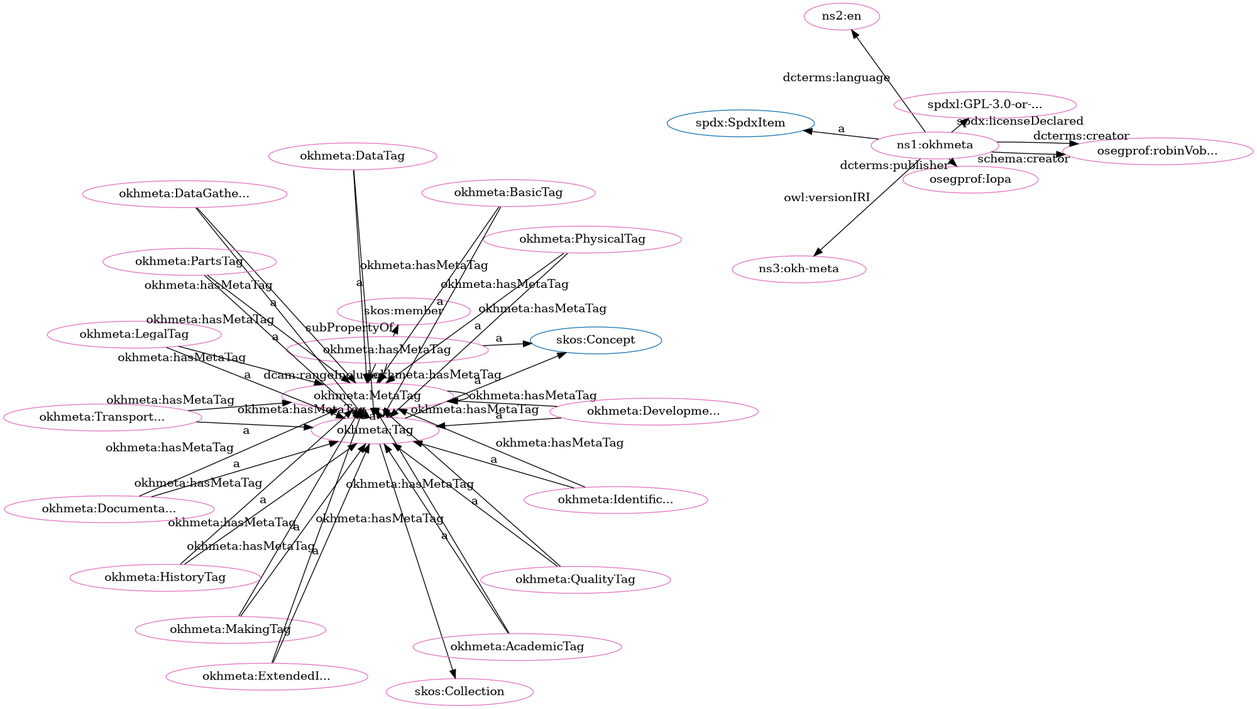
Earlier version of the Graphviz export src/spec/fdp_okh-meta-clean.png (iop-alliance/OpenKnowHow). Its source is kept beside it as src/spec/fdp_okh-meta-clean.dot.
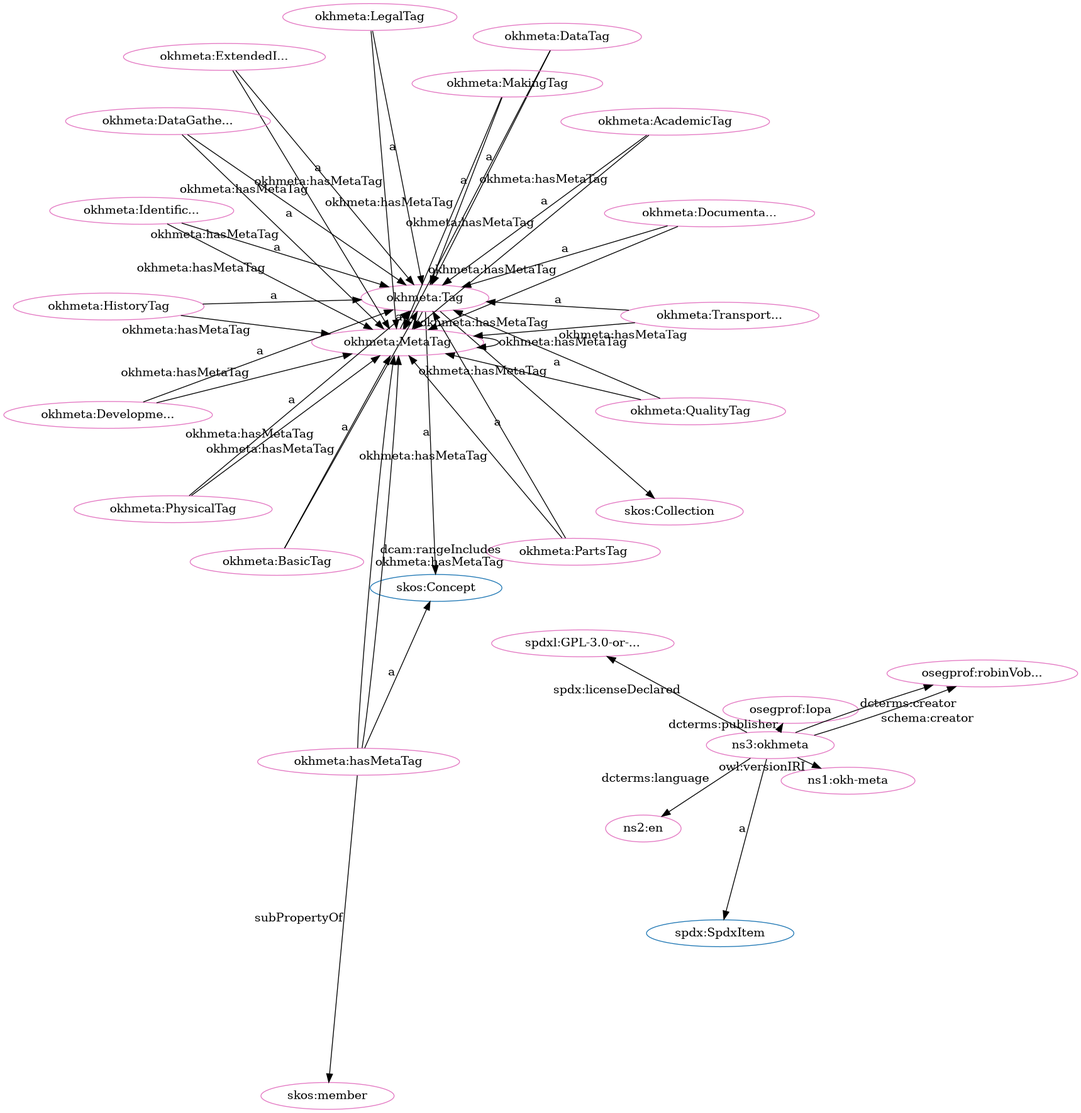
Above is the later version.

The edit, as a diff of the source:
```diff
@@ -1,80 +1,80 @@
 digraph G {
   rankdir=BT
   node[height=.3]
+"http://spdx.org/rdf/terms#SpdxItem" [fillcolor="#1f77b4" color="#1f77b4" label="spdx:SpdxItem"]
+"http://www.w3.org/2004/02/skos/core#Collection" [fillcolor="#1f77b4" color="#1f77b4" label="skos:Collection"]
 "http://w3id.org/oseg/ont/okhmeta#Tag" [fillcolor="#1f77b4" color="#1f77b4" label="okhmeta:Tag"]
 "http://www.w3.org/2004/02/skos/core#Concept" [fillcolor="#1f77b4" color="#1f77b4" label="skos:Concept"]
-"http://spdx.org/rdf/terms#SpdxItem" [fillcolor="#1f77b4" color="#1f77b4" label="spdx:SpdxItem"]
-"http://www.w3.org/2004/02/skos/core#Collection" [fillcolor="#1f77b4" color="#1f77b4" label="skos:Collection"]
 "http://w3id.org/oseg/ont/okhmeta#MetaTag" [fillcolor="#e377c2" color="#e377c2" label="okhmeta:MetaTag"]
+"http://w3id.org/oseg/ont/1.1.0/okh-meta" [fillcolor="#e377c2" color="#e377c2" label="ns1:okh-meta"]
+"http://w3id.org/oseg/ont/okhmeta#DataTag" [fillcolor="#e377c2" color="#e377c2" label="okhmeta:DataTag"]
+"http://w3id.org/oseg/ont/okhmeta#TransportationTag" [fillcolor="#e377c2" color="#e377c2" label="okhmeta:Transport..."]
+"http://w3id.org/oseg/ont/okhmeta#Tag" [fillcolor="#e377c2" color="#e377c2" label="okhmeta:Tag"]
+"http://w3id.org/oseg/ont/okhmeta#PartsTag" [fillcolor="#e377c2" color="#e377c2" label="okhmeta:PartsTag"]
+"http://w3id.org/oseg/ont/okhmeta#QualityTag" [fillcolor="#e377c2" color="#e377c2" label="okhmeta:QualityTag"]
+"http://id.loc.gov/vocabulary/iso639-1/en" [fillcolor="#e377c2" color="#e377c2" label="ns2:en"]
+"http://w3id.org/oseg/ont/okhmeta#BasicTag" [fillcolor="#e377c2" color="#e377c2" label="okhmeta:BasicTag"]
+"http://www.w3.org/2004/02/skos/core#member" [fillcolor="#e377c2" color="#e377c2" label="skos:member"]
+"http://w3id.org/oseg/ont/okhmeta#DevelopmentTag" [fillcolor="#e377c2" color="#e377c2" label="okhmeta:Developme..."]
+"http://w3id.org/oseg/ont/okhmeta#IdentificationTag" [fillcolor="#e377c2" color="#e377c2" label="okhmeta:Identific..."]
+"http://spdx.org/licenses/GPL-3.0-or-later" [fillcolor="#e377c2" color="#e377c2" label="spdxl:GPL-3.0-or-..."]
+"http://w3id.org/oseg/ont/oseg-profiles#robinVobruba" [fillcolor="#e377c2" color="#e377c2" label="osegprof:robinVob..."]
+"http://w3id.org/oseg/ont/okhmeta#MakingTag" [fillcolor="#e377c2" color="#e377c2" label="okhmeta:MakingTag"]
+"http://www.w3.org/2004/02/skos/core#Collection" [fillcolor="#e377c2" color="#e377c2" label="skos:Collection"]
+"http://w3id.org/oseg/ont/okhmeta#hasMetaTag" [fillcolor="#e377c2" color="#e377c2" label="okhmeta:hasMetaTag"]
 "http://w3id.org/oseg/ont/oseg-profiles#Iopa" [fillcolor="#e377c2" color="#e377c2" label="osegprof:Iopa"]
-"http://w3id.org/oseg/ont/okhmeta" [fillcolor="#e377c2" color="#e377c2" label="ns1:okhmeta"]
 "http://w3id.org/oseg/ont/okhmeta#AcademicTag" [fillcolor="#e377c2" color="#e377c2" label="okhmeta:AcademicTag"]
-"http://www.w3.org/2004/02/skos/core#member" [fillcolor="#e377c2" color="#e377c2" label="skos:member"]
-"http://w3id.org/oseg/ont/okhmeta#MakingTag" [fillcolor="#e377c2" color="#e377c2" label="okhmeta:MakingTag"]
-"http://w3id.org/oseg/ont/okhmeta#QualityTag" [fillcolor="#e377c2" color="#e377c2" label="okhmeta:QualityTag"]
+"http://w3id.org/oseg/ont/okhmeta#HistoryTag" [fillcolor="#e377c2" color="#e377c2" label="okhmeta:HistoryTag"]
+"http://w3id.org/oseg/ont/okhmeta" [fillcolor="#e377c2" color="#e377c2" label="ns3:okhmeta"]
+"http://w3id.org/oseg/ont/okhmeta#PhysicalTag" [fillcolor="#e377c2" color="#e377c2" label="okhmeta:PhysicalTag"]
 "http://w3id.org/oseg/ont/okhmeta#DocumentationTag" [fillcolor="#e377c2" color="#e377c2" label="okhmeta:Documenta..."]
 "http://w3id.org/oseg/ont/okhmeta#LegalTag" [fillcolor="#e377c2" color="#e377c2" label="okhmeta:LegalTag"]
-"http://w3id.org/oseg/ont/okhmeta#HistoryTag" [fillcolor="#e377c2" color="#e377c2" label="okhmeta:HistoryTag"]
-"http://id.loc.gov/vocabulary/iso639-1/en" [fillcolor="#e377c2" color="#e377c2" label="ns2:en"]
-"http://w3id.org/oseg/ont/okhmeta#Tag" [fillcolor="#e377c2" color="#e377c2" label="okhmeta:Tag"]
-"http://w3id.org/oseg/ont/oseg-profiles#robinVobruba" [fillcolor="#e377c2" color="#e377c2" label="osegprof:robinVob..."]
-"http://w3id.org/oseg/ont/okhmeta#hasMetaTag" [fillcolor="#e377c2" color="#e377c2" label="okhmeta:hasMetaTag"]
-"http://w3id.org/oseg/ont/okhmeta#PhysicalTag" [fillcolor="#e377c2" color="#e377c2" label="okhmeta:PhysicalTag"]
-"http://spdx.org/licenses/GPL-3.0-or-later" [fillcolor="#e377c2" color="#e377c2" label="spdxl:GPL-3.0-or-..."]
-"http://w3id.org/oseg/ont/okhmeta#DevelopmentTag" [fillcolor="#e377c2" color="#e377c2" label="okhmeta:Developme..."]
-"http://w3id.org/oseg/ont/okhmeta#BasicTag" [fillcolor="#e377c2" color="#e377c2" label="okhmeta:BasicTag"]
 "http://w3id.org/oseg/ont/okhmeta#ExtendedInfoTag" [fillcolor="#e377c2" color="#e377c2" label="okhmeta:ExtendedI..."]
-"http://www.w3.org/2004/02/skos/core#Collection" [fillcolor="#e377c2" color="#e377c2" label="skos:Collection"]
-"http://w3id.org/oseg/ont/1.1.0/okh-meta" [fillcolor="#e377c2" color="#e377c2" label="ns3:okh-meta"]
-"http://w3id.org/oseg/ont/okhmeta#IdentificationTag" [fillcolor="#e377c2" color="#e377c2" label="okhmeta:Identific..."]
 "http://w3id.org/oseg/ont/okhmeta#DataGatheringTag" [fillcolor="#e377c2" color="#e377c2" label="okhmeta:DataGathe..."]
-"http://w3id.org/oseg/ont/okhmeta#PartsTag" [fillcolor="#e377c2" color="#e377c2" label="okhmeta:PartsTag"]
-"http://w3id.org/oseg/ont/okhmeta#TransportationTag" [fillcolor="#e377c2" color="#e377c2" label="okhmeta:Transport..."]
-"http://w3id.org/oseg/ont/okhmeta#DataTag" [fillcolor="#e377c2" color="#e377c2" label="okhmeta:DataTag"]
+  "http://w3id.org/oseg/ont/okhmeta" -> "http://w3id.org/oseg/ont/1.1.0/okh-meta" [label="owl:versionIRI"]
+  "http://w3id.org/oseg/ont/okhmeta#DataTag" -> "http://w3id.org/oseg/ont/okhmeta#Tag" [label="a"]
+  "http://w3id.org/oseg/ont/okhmeta#TransportationTag" -> "http://w3id.org/oseg/ont/okhmeta#Tag" [label="a"]
+  "http://w3id.org/oseg/ont/okhmeta#PartsTag" -> "http://w3id.org/oseg/ont/okhmeta#Tag" [label="a"]
+  "http://w3id.org/oseg/ont/okhmeta#LegalTag" -> "http://w3id.org/oseg/ont/okhmeta#MetaTag" [label="okhmeta:hasMetaTag"]
+  "http://w3id.org/oseg/ont/okhmeta#QualityTag" -> "http://w3id.org/oseg/ont/okhmeta#Tag" [label="a"]
+  "http://w3id.org/oseg/ont/okhmeta#ExtendedInfoTag" -> "http://w3id.org/oseg/ont/okhmeta#MetaTag" [label="okhmeta:hasMetaTag"]
+  "http://w3id.org/oseg/ont/okhmeta#BasicTag" -> "http://w3id.org/oseg/ont/okhmeta#Tag" [label="a"]
+  "http://w3id.org/oseg/ont/okhmeta#IdentificationTag" -> "http://w3id.org/oseg/ont/okhmeta#MetaTag" [label="okhmeta:hasMetaTag"]
   "http://w3id.org/oseg/ont/okhmeta#DataGatheringTag" -> "http://w3id.org/oseg/ont/okhmeta#MetaTag" [label="okhmeta:hasMetaTag"]
-  "http://w3id.org/oseg/ont/okhmeta#QualityTag" -> "http://w3id.org/oseg/ont/okhmeta#Tag" [label="a"]
+  "http://w3id.org/oseg/ont/okhmeta#DevelopmentTag" -> "http://w3id.org/oseg/ont/okhmeta#Tag" [label="a"]
+  "http://w3id.org/oseg/ont/okhmeta" -> "http://spdx.org/licenses/GPL-3.0-or-later" [label="spdx:licenseDeclared"]
+  "http://w3id.org/oseg/ont/okhmeta#hasMetaTag" -> "http://w3id.org/oseg/ont/okhmeta#MetaTag" [label="okhmeta:hasMetaTag"]
+  "http://w3id.org/oseg/ont/okhmeta#hasMetaTag" -> "http://w3id.org/oseg/ont/okhmeta#MetaTag" [label="dcam:rangeIncludes"]
+  "http://w3id.org/oseg/ont/okhmeta" -> "http://w3id.org/oseg/ont/oseg-profiles#Iopa" [label="dcterms:publisher"]
+  "http://w3id.org/oseg/ont/okhmeta#AcademicTag" -> "http://w3id.org/oseg/ont/okhmeta#Tag" [label="a"]
+  "http://w3id.org/oseg/ont/okhmeta#MetaTag" -> "http://w3id.org/oseg/ont/okhmeta#Tag" [label="a"]
+  "http://w3id.org/oseg/ont/okhmeta#LegalTag" -> "http://w3id.org/oseg/ont/okhmeta#Tag" [label="a"]
   "http://w3id.org/oseg/ont/okhmeta#MakingTag" -> "http://w3id.org/oseg/ont/okhmeta#MetaTag" [label="okhmeta:hasMetaTag"]
+  "http://w3id.org/oseg/ont/okhmeta#ExtendedInfoTag" -> "http://w3id.org/oseg/ont/okhmeta#Tag" [label="a"]
+  "http://w3id.org/oseg/ont/okhmeta#HistoryTag" -> "http://w3id.org/oseg/ont/okhmeta#MetaTag" [label="okhmeta:hasMetaTag"]
+  "http://w3id.org/oseg/ont/okhmeta#DataGatheringTag" -> "http://w3id.org/oseg/ont/okhmeta#Tag" [label="a"]
+  "http://w3id.org/oseg/ont/okhmeta#PhysicalTag" -> "http://w3id.org/oseg/ont/okhmeta#MetaTag" [label="okhmeta:hasMetaTag"]
+  "http://w3id.org/oseg/ont/okhmeta#DocumentationTag" -> "http://w3id.org/oseg/ont/okhmeta#MetaTag" [label="okhmeta:hasMetaTag"]
+  "http://w3id.org/oseg/ont/okhmeta#MetaTag" -> "http://w3id.org/oseg/ont/okhmeta#MetaTag" [label="okhmeta:hasMetaTag"]
+  "http://w3id.org/oseg/ont/okhmeta#DataTag" -> "http://w3id.org/oseg/ont/okhmeta#MetaTag" [label="okhmeta:hasMetaTag"]
+  "http://w3id.org/oseg/ont/okhmeta#Tag" -> "http://www.w3.org/2004/02/skos/core#Concept" [label="a"]
+  "http://w3id.org/oseg/ont/okhmeta" -> "http://id.loc.gov/vocabulary/iso639-1/en" [label="dcterms:language"]
+  "http://w3id.org/oseg/ont/okhmeta#DevelopmentTag" -> "http://w3id.org/oseg/ont/okhmeta#MetaTag" [label="okhmeta:hasMetaTag"]
+  "http://w3id.org/oseg/ont/okhmeta#hasMetaTag" -> "http://www.w3.org/2004/02/skos/core#member" [label="subPropertyOf"]
+  "http://w3id.org/oseg/ont/okhmeta#IdentificationTag" -> "http://w3id.org/oseg/ont/okhmeta#Tag" [label="a"]
+  "http://w3id.org/oseg/ont/okhmeta" -> "http://w3id.org/oseg/ont/oseg-profiles#robinVobruba" [label="dcterms:creator"]
+  "http://w3id.org/oseg/ont/okhmeta#MakingTag" -> "http://w3id.org/oseg/ont/okhmeta#Tag" [label="a"]
+  "http://w3id.org/oseg/ont/okhmeta#Tag" -> "http://www.w3.org/2004/02/skos/core#Collection" [label=""]
+  "http://w3id.org/oseg/ont/okhmeta#TransportationTag" -> "http://w3id.org/oseg/ont/okhmeta#MetaTag" [label="okhmeta:hasMetaTag"]
+  "http://w3id.org/oseg/ont/okhmeta#PartsTag" -> "http://w3id.org/oseg/ont/okhmeta#MetaTag" [label="okhmeta:hasMetaTag"]
   "http://w3id.org/oseg/ont/okhmeta#HistoryTag" -> "http://w3id.org/oseg/ont/okhmeta#Tag" [label="a"]
-  "http://w3id.org/oseg/ont/okhmeta#Tag" -> "http://www.w3.org/2004/02/skos/core#Concept" [label="a"]
-  "http://w3id.org/oseg/ont/okhmeta#ExtendedInfoTag" -> "http://w3id.org/oseg/ont/okhmeta#MetaTag" [label="okhmeta:hasMetaTag"]
+  "http://w3id.org/oseg/ont/okhmeta#PhysicalTag" -> "http://w3id.org/oseg/ont/okhmeta#Tag" [label="a"]
+  "http://w3id.org/oseg/ont/okhmeta#QualityTag" -> "http://w3id.org/oseg/ont/okhmeta#MetaTag" [label="okhmeta:hasMetaTag"]
+  "http://w3id.org/oseg/ont/okhmeta#DocumentationTag" -> "http://w3id.org/oseg/ont/okhmeta#Tag" [label="a"]
+  "http://w3id.org/oseg/ont/okhmeta#BasicTag" -> "http://w3id.org/oseg/ont/okhmeta#MetaTag" [label="okhmeta:hasMetaTag"]
+  "http://w3id.org/oseg/ont/okhmeta#Tag" -> "http://w3id.org/oseg/ont/okhmeta#MetaTag" [label="okhmeta:hasMetaTag"]
+  "http://w3id.org/oseg/ont/okhmeta" -> "http://w3id.org/oseg/ont/oseg-profiles#robinVobruba" [label="schema:creator"]
   "http://w3id.org/oseg/ont/okhmeta#hasMetaTag" -> "http://www.w3.org/2004/02/skos/core#Concept" [label="a"]
-  "http://w3id.org/oseg/ont/okhmeta#MetaTag" -> "http://w3id.org/oseg/ont/okhmeta#MetaTag" [label="okhmeta:hasMetaTag"]
-  "http://w3id.org/oseg/ont/okhmeta" -> "http://spdx.org/licenses/GPL-3.0-or-later" [label="spdx:licenseDeclared"]
-  "http://w3id.org/oseg/ont/okhmeta#DevelopmentTag" -> "http://w3id.org/oseg/ont/okhmeta#Tag" [label="a"]
-  "http://w3id.org/oseg/ont/okhmeta#BasicTag" -> "http://w3id.org/oseg/ont/okhmeta#Tag" [label="a"]
-  "http://w3id.org/oseg/ont/okhmeta#HistoryTag" -> "http://w3id.org/oseg/ont/okhmeta#MetaTag" [label="okhmeta:hasMetaTag"]
-  "http://w3id.org/oseg/ont/okhmeta#QualityTag" -> "http://w3id.org/oseg/ont/okhmeta#MetaTag" [label="okhmeta:hasMetaTag"]
-  "http://w3id.org/oseg/ont/okhmeta" -> "http://w3id.org/oseg/ont/oseg-profiles#robinVobruba" [label="dcterms:creator"]
-  "http://w3id.org/oseg/ont/okhmeta#DataTag" -> "http://w3id.org/oseg/ont/okhmeta#Tag" [label="a"]
-  "http://w3id.org/oseg/ont/okhmeta#PartsTag" -> "http://w3id.org/oseg/ont/okhmeta#Tag" [label="a"]
-  "http://w3id.org/oseg/ont/okhmeta#TransportationTag" -> "http://w3id.org/oseg/ont/okhmeta#Tag" [label="a"]
-  "http://w3id.org/oseg/ont/okhmeta#BasicTag" -> "http://w3id.org/oseg/ont/okhmeta#MetaTag" [label="okhmeta:hasMetaTag"]
-  "http://w3id.org/oseg/ont/okhmeta#DevelopmentTag" -> "http://w3id.org/oseg/ont/okhmeta#MetaTag" [label="okhmeta:hasMetaTag"]
-  "http://w3id.org/oseg/ont/okhmeta" -> "http://w3id.org/oseg/ont/oseg-profiles#Iopa" [label="dcterms:publisher"]
   "http://w3id.org/oseg/ont/okhmeta#AcademicTag" -> "http://w3id.org/oseg/ont/okhmeta#MetaTag" [label="okhmeta:hasMetaTag"]
   "http://w3id.org/oseg/ont/okhmeta" -> "http://spdx.org/rdf/terms#SpdxItem" [label="a"]
-  "http://w3id.org/oseg/ont/okhmeta#AcademicTag" -> "http://w3id.org/oseg/ont/okhmeta#Tag" [label="a"]
-  "http://w3id.org/oseg/ont/okhmeta#hasMetaTag" -> "http://www.w3.org/2004/02/skos/core#member" [label="subPropertyOf"]
-  "http://w3id.org/oseg/ont/okhmeta#DocumentationTag" -> "http://w3id.org/oseg/ont/okhmeta#MetaTag" [label="okhmeta:hasMetaTag"]
-  "http://w3id.org/oseg/ont/okhmeta#MakingTag" -> "http://w3id.org/oseg/ont/okhmeta#Tag" [label="a"]
-  "http://w3id.org/oseg/ont/okhmeta#DocumentationTag" -> "http://w3id.org/oseg/ont/okhmeta#Tag" [label="a"]
-  "http://w3id.org/oseg/ont/okhmeta#LegalTag" -> "http://w3id.org/oseg/ont/okhmeta#Tag" [label="a"]
-  "http://w3id.org/oseg/ont/okhmeta" -> "http://id.loc.gov/vocabulary/iso639-1/en" [label="dcterms:language"]
-  "http://w3id.org/oseg/ont/okhmeta#Tag" -> "http://w3id.org/oseg/ont/okhmeta#MetaTag" [label="okhmeta:hasMetaTag"]
-  "http://w3id.org/oseg/ont/okhmeta#PartsTag" -> "http://w3id.org/oseg/ont/okhmeta#MetaTag" [label="okhmeta:hasMetaTag"]
-  "http://w3id.org/oseg/ont/okhmeta" -> "http://w3id.org/oseg/ont/oseg-profiles#robinVobruba" [label="schema:creator"]
-  "http://w3id.org/oseg/ont/okhmeta#TransportationTag" -> "http://w3id.org/oseg/ont/okhmeta#MetaTag" [label="okhmeta:hasMetaTag"]
-  "http://w3id.org/oseg/ont/okhmeta#hasMetaTag" -> "http://w3id.org/oseg/ont/okhmeta#MetaTag" [label="dcam:rangeIncludes"]
-  "http://w3id.org/oseg/ont/okhmeta#hasMetaTag" -> "http://w3id.org/oseg/ont/okhmeta#MetaTag" [label="okhmeta:hasMetaTag"]
-  "http://w3id.org/oseg/ont/okhmeta#PhysicalTag" -> "http://w3id.org/oseg/ont/okhmeta#Tag" [label="a"]
-  "http://w3id.org/oseg/ont/okhmeta#LegalTag" -> "http://w3id.org/oseg/ont/okhmeta#MetaTag" [label="okhmeta:hasMetaTag"]
-  "http://w3id.org/oseg/ont/okhmeta#Tag" -> "http://www.w3.org/2004/02/skos/core#Collection" [label=""]
-  "http://w3id.org/oseg/ont/okhmeta#IdentificationTag" -> "http://w3id.org/oseg/ont/okhmeta#MetaTag" [label="okhmeta:hasMetaTag"]
-  "http://w3id.org/oseg/ont/okhmeta" -> "http://w3id.org/oseg/ont/1.1.0/okh-meta" [label="owl:versionIRI"]
-  "http://w3id.org/oseg/ont/okhmeta#IdentificationTag" -> "http://w3id.org/oseg/ont/okhmeta#Tag" [label="a"]
-  "http://w3id.org/oseg/ont/okhmeta#DataGatheringTag" -> "http://w3id.org/oseg/ont/okhmeta#Tag" [label="a"]
-  "http://w3id.org/oseg/ont/okhmeta#MetaTag" -> "http://w3id.org/oseg/ont/okhmeta#Tag" [label="a"]
-  "http://w3id.org/oseg/ont/okhmeta#DataTag" -> "http://w3id.org/oseg/ont/okhmeta#MetaTag" [label="okhmeta:hasMetaTag"]
-  "http://w3id.org/oseg/ont/okhmeta#PhysicalTag" -> "http://w3id.org/oseg/ont/okhmeta#MetaTag" [label="okhmeta:hasMetaTag"]
-  "http://w3id.org/oseg/ont/okhmeta#ExtendedInfoTag" -> "http://w3id.org/oseg/ont/okhmeta#Tag" [label="a"]
 }
```
